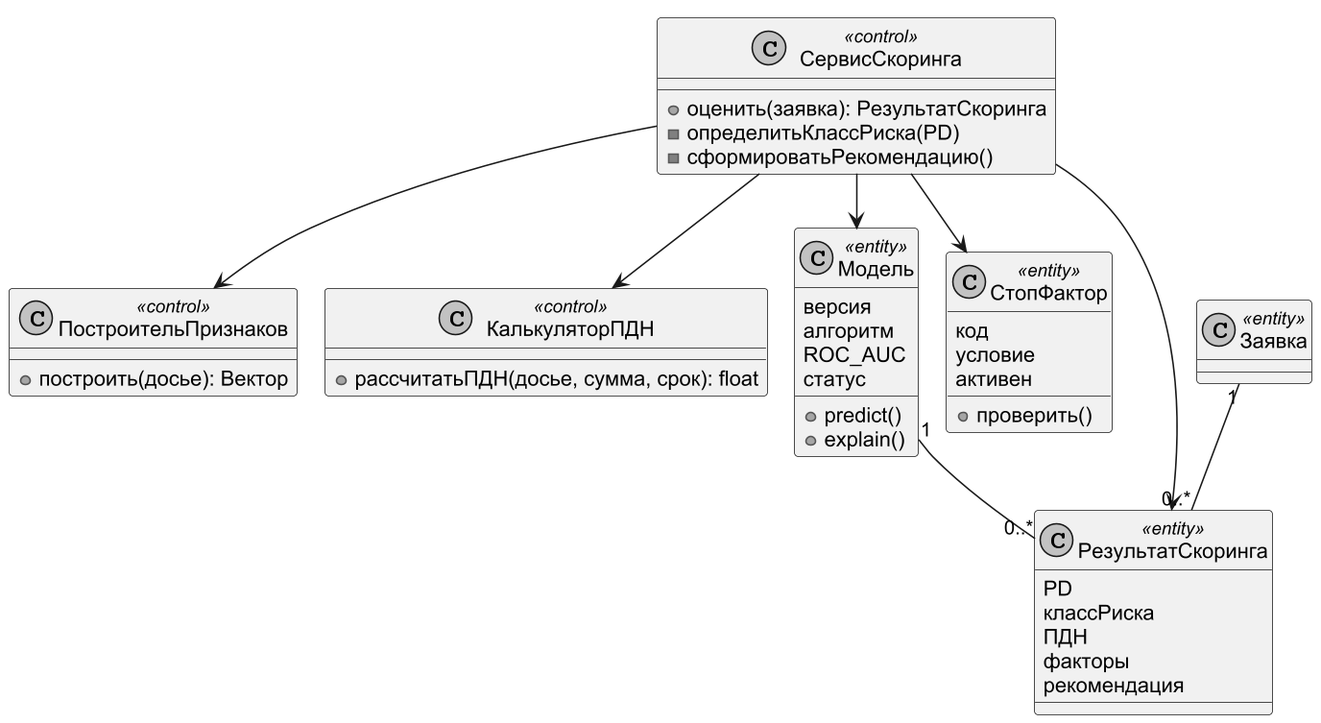
This is diagrams/uml_vopc_1.png from DarkSwordman999/credit-scoring-dss, a PlantUML export, as it was before one commit. Source of this version:
```plantuml
@startuml
!pragma layout smetana
skinparam dpi 150
skinparam defaultFontName Arial
skinparam shadowing false
skinparam monochrome true
class СервисСкоринга <<control>> {
 +оценить(заявка): РезультатСкоринга
 -определитьКлассРиска(PD)
 -сформироватьРекомендацию()
}
class ПостроительПризнаков <<control>> {
 +построить(досье): Вектор
}
class КалькуляторПДН <<control>> {
 +рассчитатьПДН(досье, сумма, срок): float
}
class Модель <<entity>> {
 версия
 алгоритм
 ROC_AUC
 статус
 +predict()
 +explain()
}
class СтопФактор <<entity>> {
 код
 условие
 активен
 +проверить()
}
class РезультатСкоринга <<entity>> {
 PD
 классРиска
 ПДН
 факторы
 рекомендация
}
class Заявка <<entity>>
СервисСкоринга --> ПостроительПризнаков
СервисСкоринга --> КалькуляторПДН
СервисСкоринга --> Модель
СервисСкоринга --> СтопФактор
СервисСкоринга --> РезультатСкоринга
Заявка "1" -- "0..*" РезультатСкоринга
Модель "1" -- "0..*" РезультатСкоринга
@enduml
```
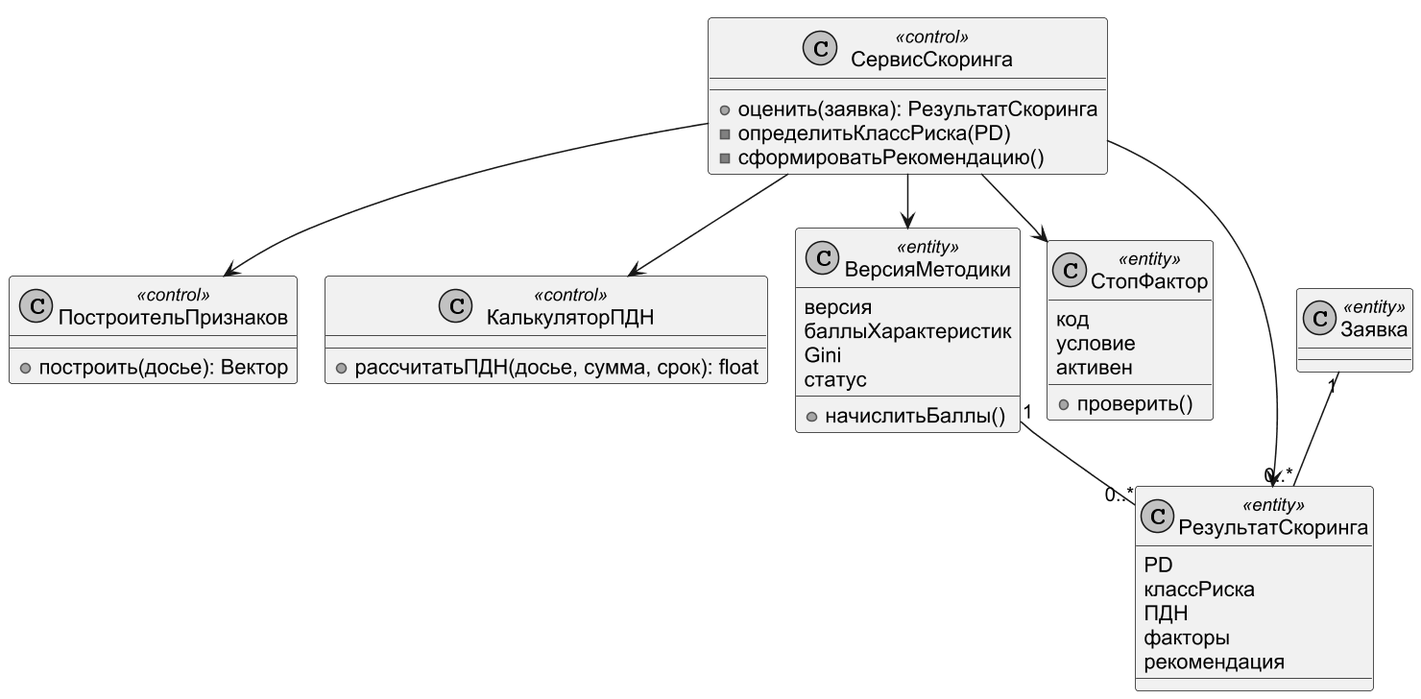
The same diagram one commit later.

Change to the diagram source:
```diff
@@ -15,13 +15,12 @@
 class КалькуляторПДН <<control>> {
  +рассчитатьПДН(досье, сумма, срок): float
 }
-class Модель <<entity>> {
+class ВерсияМетодики <<entity>> {
  версия
- алгоритм
- ROC_AUC
+ баллыХарактеристик
+ Gini
  статус
- +predict()
- +explain()
+ +начислитьБаллы()
 }
 class СтопФактор <<entity>> {
  код
@@ -39,9 +38,9 @@
 class Заявка <<entity>>
 СервисСкоринга --> ПостроительПризнаков
 СервисСкоринга --> КалькуляторПДН
-СервисСкоринга --> Модель
+СервисСкоринга --> ВерсияМетодики
 СервисСкоринга --> СтопФактор
 СервисСкоринга --> РезультатСкоринга
 Заявка "1" -- "0..*" РезультатСкоринга
-Модель "1" -- "0..*" РезультатСкоринга
+ВерсияМетодики "1" -- "0..*" РезультатСкоринга
 @enduml
```
